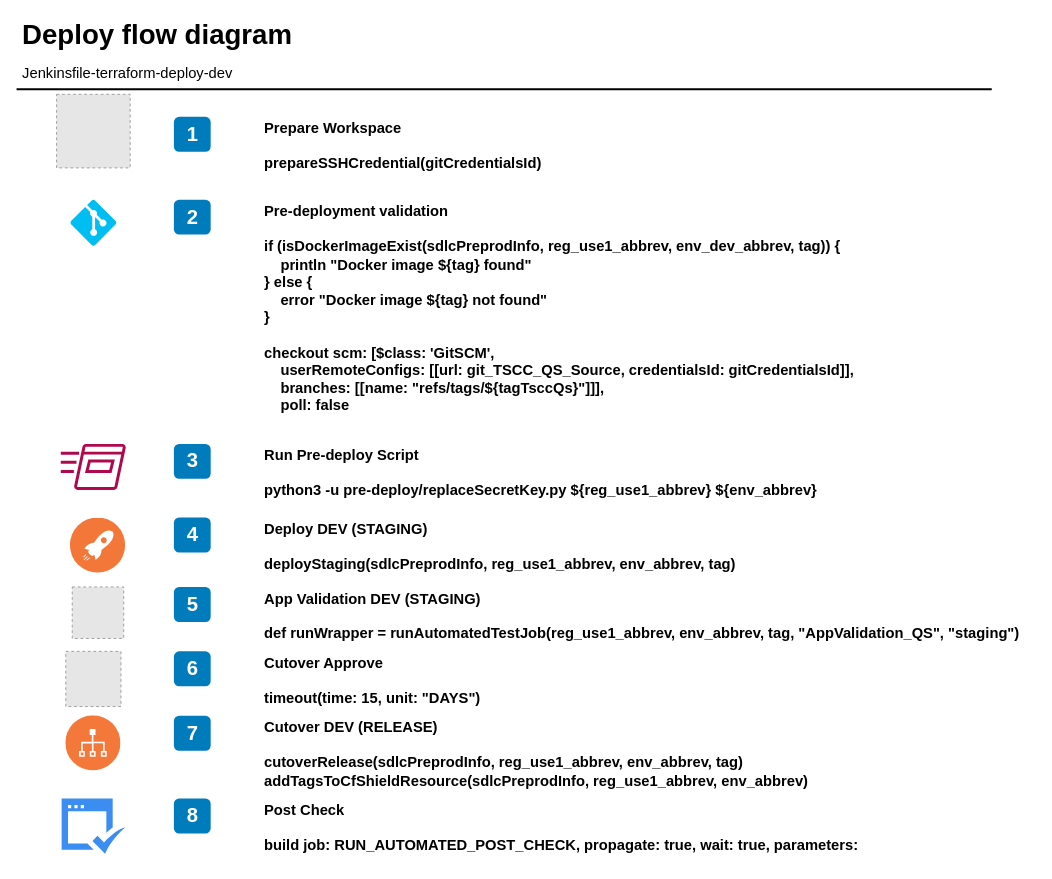
Earlier version of the draw.io diagram page "Страница 2" (2 of 2) of Диаграмма без названия.drawio (javadev/orderdatabase). Source tidied: cells renumbered, new cells numbered last; positions are measured from the earlier drawing's top-left corner, leaving out a move shared by most shapes. Both pictures are drawn from the tidied source at 92%, with x=0, y=0 at pixel (16, 15). Pictures stored in the file or linked from it are replaced by grey dashed boxes.
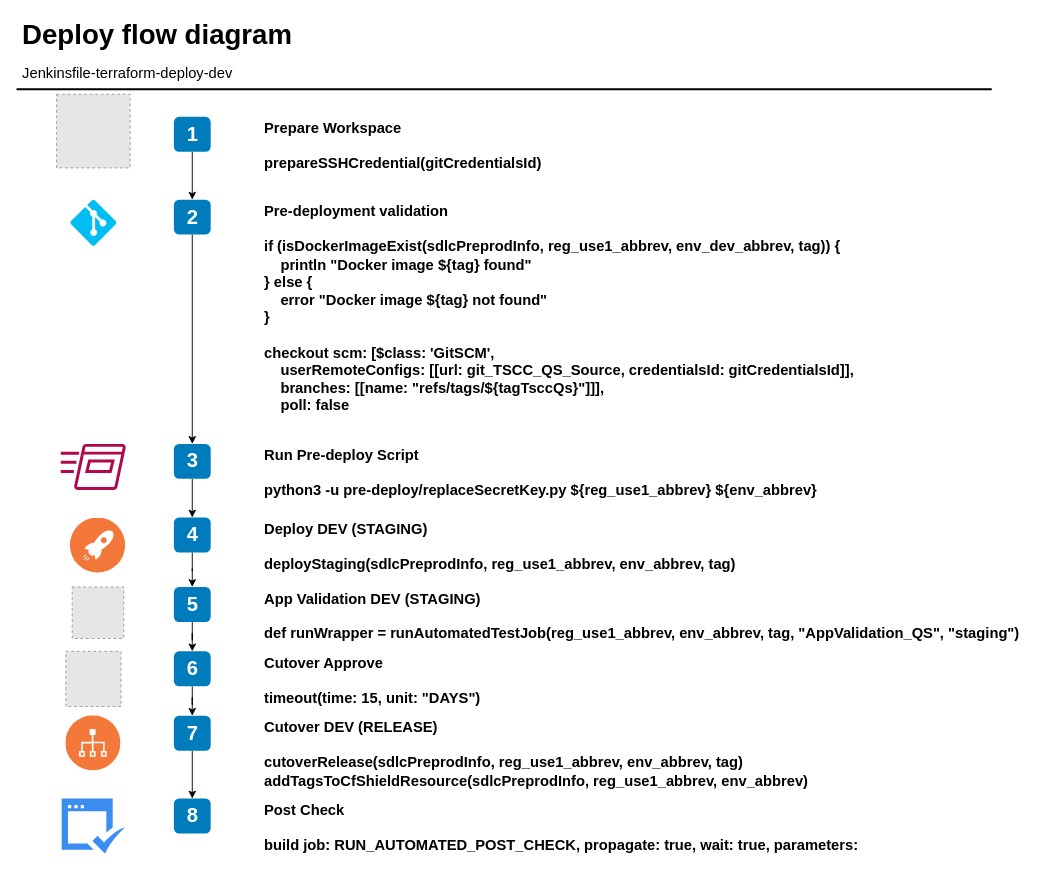
The same page after the edit.

The change refers to these unchanged cells:
```xml
<mxCell id="2" value="1" style="rounded=1;whiteSpace=wrap;html=1;fillColor=#007CBD;strokeColor=none;fontColor=#FFFFFF;fontStyle=1;fontSize=22;" parent="1" vertex="1">
  <mxGeometry x="171.5" y="110.5" width="40" height="38" as="geometry" />
</mxCell>
<mxCell id="8" value="2" style="rounded=1;whiteSpace=wrap;html=1;fillColor=#007CBD;strokeColor=none;fontColor=#FFFFFF;fontStyle=1;fontSize=22;" parent="1" vertex="1">
  <mxGeometry x="171.5" y="200.5" width="40" height="38" as="geometry" />
</mxCell>
<mxCell id="11" value="3" style="rounded=1;whiteSpace=wrap;html=1;fillColor=#007CBD;strokeColor=none;fontColor=#FFFFFF;fontStyle=1;fontSize=22;" parent="1" vertex="1">
  <mxGeometry x="171.5" y="466" width="40" height="38" as="geometry" />
</mxCell>
<mxCell id="14" value="4" style="rounded=1;whiteSpace=wrap;html=1;fillColor=#007CBD;strokeColor=none;fontColor=#FFFFFF;fontStyle=1;fontSize=22;" parent="1" vertex="1">
  <mxGeometry x="171.5" y="546" width="40" height="38" as="geometry" />
</mxCell>
<mxCell id="17" value="5" style="rounded=1;whiteSpace=wrap;html=1;fillColor=#007CBD;strokeColor=none;fontColor=#FFFFFF;fontStyle=1;fontSize=22;" parent="1" vertex="1">
  <mxGeometry x="171.5" y="621.5" width="40" height="38" as="geometry" />
</mxCell>
<mxCell id="20" value="6" style="rounded=1;whiteSpace=wrap;html=1;fillColor=#007CBD;strokeColor=none;fontColor=#FFFFFF;fontStyle=1;fontSize=22;" parent="1" vertex="1">
  <mxGeometry x="171.5" y="691.5" width="40" height="38" as="geometry" />
</mxCell>
<mxCell id="23" value="7" style="rounded=1;whiteSpace=wrap;html=1;fillColor=#007CBD;strokeColor=none;fontColor=#FFFFFF;fontStyle=1;fontSize=22;" parent="1" vertex="1">
  <mxGeometry x="171.5" y="761.5" width="40" height="38" as="geometry" />
</mxCell>
<mxCell id="26" value="8" style="rounded=1;whiteSpace=wrap;html=1;fillColor=#007CBD;strokeColor=none;fontColor=#FFFFFF;fontStyle=1;fontSize=22;" parent="1" vertex="1">
  <mxGeometry x="171.5" y="851.5" width="40" height="38" as="geometry" />
</mxCell>
```

Change to the diagram source:
```diff
@@
+    <mxCell id="29" style="edgeStyle=orthogonalEdgeStyle;rounded=0;jettySize=auto;html=1;entryX=0.5;entryY=0;entryDx=0;entryDy=0;" parent="1" edge="1" source="2" target="8">
+      <mxGeometry relative="1" as="geometry" />
+    </mxCell>
@@
+    <mxCell id="30" style="edgeStyle=orthogonalEdgeStyle;rounded=0;jettySize=auto;html=1;entryX=0.5;entryY=0;entryDx=0;entryDy=0;" parent="1" edge="1" source="8" target="11">
+      <mxGeometry relative="1" as="geometry" />
+    </mxCell>
@@
+    <mxCell id="31" style="edgeStyle=orthogonalEdgeStyle;rounded=0;jettySize=auto;html=1;" parent="1" edge="1" source="11" target="14">
+      <mxGeometry relative="1" as="geometry" />
+    </mxCell>
@@
+    <mxCell id="32" style="edgeStyle=orthogonalEdgeStyle;rounded=0;jettySize=auto;html=1;entryX=0.5;entryY=0;entryDx=0;entryDy=0;" parent="1" edge="1" source="14" target="17">
+      <mxGeometry relative="1" as="geometry" />
+    </mxCell>
@@
+    <mxCell id="33" style="edgeStyle=orthogonalEdgeStyle;rounded=0;jettySize=auto;html=1;" parent="1" edge="1" source="17" target="20">
+      <mxGeometry relative="1" as="geometry" />
+    </mxCell>
@@
+    <mxCell id="34" style="edgeStyle=orthogonalEdgeStyle;rounded=0;jettySize=auto;html=1;entryX=0.5;entryY=0;entryDx=0;entryDy=0;" parent="1" edge="1" source="20" target="23">
+      <mxGeometry relative="1" as="geometry" />
+    </mxCell>
@@
+    <mxCell id="35" style="edgeStyle=orthogonalEdgeStyle;rounded=0;jettySize=auto;html=1;entryX=0.5;entryY=0;entryDx=0;entryDy=0;" parent="1" edge="1" source="23" target="26">
+      <mxGeometry relative="1" as="geometry" />
+    </mxCell>
```
